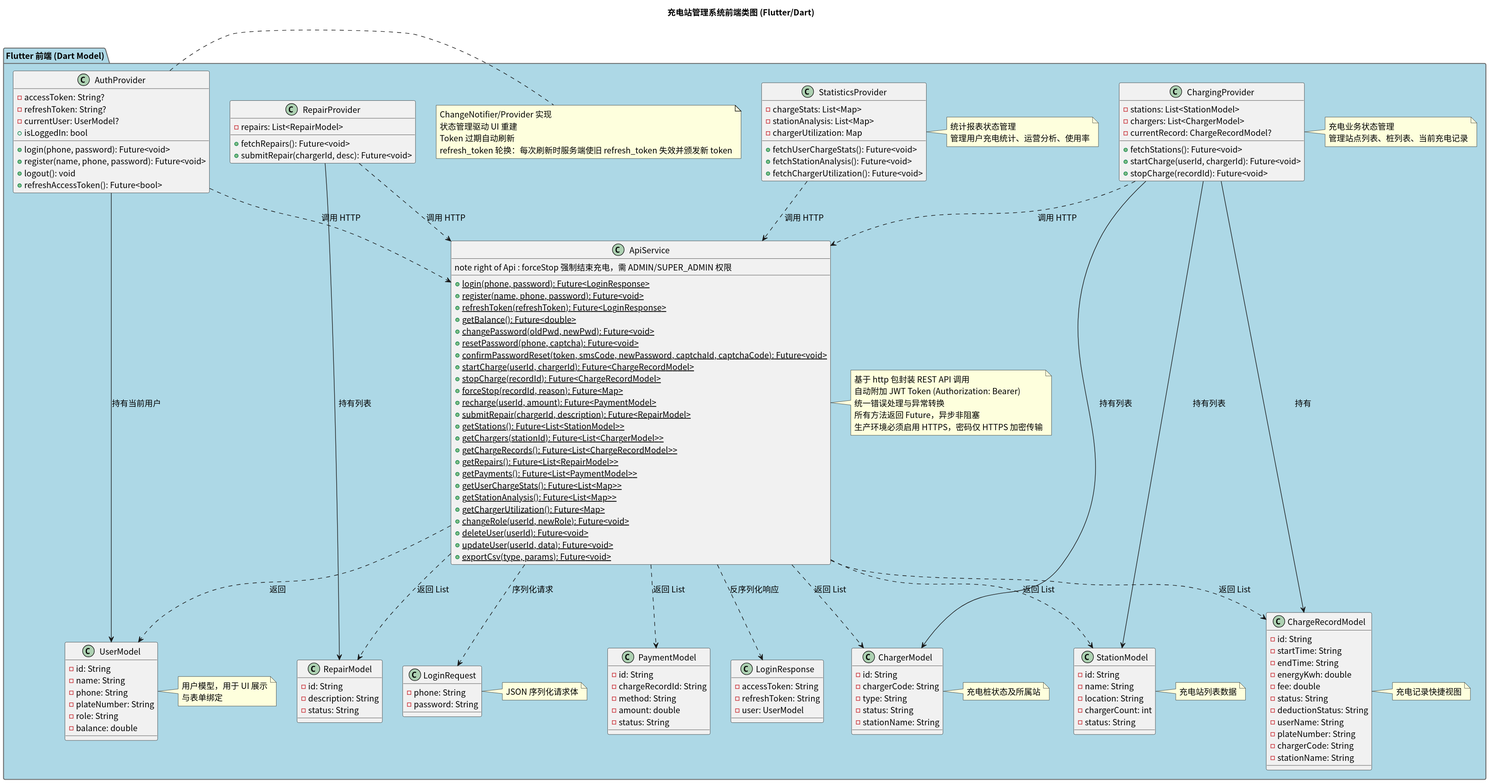
greenhandzdl/charging-station-doc keeps this PlantUML diagram as class/img/frontend_class_diagram.svg. Above is the earlier version. Its diagram source:
```plantuml
@startuml
skinparam defaultFontName "Noto Sans CJK SC"
skinparam defaultFontSize 14
title 充电站管理系统前端类图 (Flutter/Dart)
skinparam package {
  BackgroundColor #F0F0F0
  BorderColor #666666
}

package "Flutter 前端 (Dart Model)" as FE #ADD8E6 {

  class "UserModel" as FUser {
    - id: String
    - name: String
    - phone: String
    - plateNumber: String
    - role: String
    - balance: double
  }
  note right of FUser : 用户模型，用于 UI 展示\n与表单绑定

  class "StationModel" as FStation {
    - id: String
    - name: String
    - location: String
    - chargerCount: int
    - status: String
  }
  note right of FStation : 充电站列表数据

  class "ChargerModel" as FCharger {
    - id: String
    - chargerCode: String
    - type: String
    - status: String
    - stationName: String
  }
  note right of FCharger : 充电桩状态及所属站

  class "ChargeRecordModel" as FCRecord {
    - id: String
    - startTime: String
    - endTime: String
    - energyKwh: double
    - fee: double
    - status: String
    - deductionStatus: String
    - userName: String
    - plateNumber: String
    - chargerCode: String
    - stationName: String
  }
  note right of FCRecord : 充电记录快捷视图

  class "PaymentModel" as FPayment {
    - id: String
    - chargeRecordId: String
    - method: String
    - amount: double
    - status: String
  }

  class "RepairModel" as FRepair {
    - id: String
    - description: String
    - status: String
  }

  class "LoginRequest" as LoginReq {
    - phone: String
    - password: String
  }
  note right of LoginReq : JSON 序列化请求体

  class "LoginResponse" as LoginResp {
    - accessToken: String
    - refreshToken: String
    - user: UserModel
  }

  class "ApiService" as Api {
    + {static} login(phone, password): Future<LoginResponse>
    + {static} register(name, phone, password): Future<void>
    + {static} refreshToken(refreshToken): Future<LoginResponse>
    + {static} getBalance(): Future<double>
    + {static} changePassword(oldPwd, newPwd): Future<void>
    + {static} resetPassword(phone, captcha): Future<void>
    + {static} confirmPasswordReset(token, smsCode, newPassword, captchaId, captchaCode): Future<void>
    + {static} startCharge(userId, chargerId): Future<ChargeRecordModel>
    + {static} stopCharge(recordId): Future<ChargeRecordModel>
    + {static} forceStop(recordId, reason): Future<Map>
    note right of Api : forceStop 强制结束充电，需 ADMIN/SUPER_ADMIN 权限
    + {static} recharge(userId, amount): Future<PaymentModel>
    + {static} submitRepair(chargerId, description): Future<RepairModel>
    + {static} getStations(): Future<List<StationModel>>
    + {static} getChargers(stationId): Future<List<ChargerModel>>
    + {static} getChargeRecords(): Future<List<ChargeRecordModel>>
    + {static} getRepairs(): Future<List<RepairModel>>
    + {static} getPayments(): Future<List<PaymentModel>>
    + {static} getUserChargeStats(): Future<List<Map>>
    + {static} getStationAnalysis(): Future<List<Map>>
    + {static} getChargerUtilization(): Future<Map>
    + {static} changeRole(userId, newRole): Future<void>
    + {static} deleteUser(userId): Future<void>
    + {static} updateUser(userId, data): Future<void>
    + {static} exportCsv(type, params): Future<void>
  }
  note right of Api : 基于 http 包封装 REST API 调用\n自动附加 JWT Token (Authorization: Bearer)\n统一错误处理与异常转换\n所有方法返回 Future，异步非阻塞\n生产环境必须启用 HTTPS，密码仅 HTTPS 加密传输

  class "AuthProvider" as Auth {
    - accessToken: String?
    - refreshToken: String?
    - currentUser: UserModel?
    + login(phone, password): Future<void>
    + register(name, phone, password): Future<void>
    + logout(): void
    + refreshAccessToken(): Future<bool>
    + isLoggedIn: bool
  }
  note right of Auth : ChangeNotifier/Provider 实现\n状态管理驱动 UI 重建\nToken 过期自动刷新\nrefresh_token 轮换：每次刷新时服务端使旧 refresh_token 失效并颁发新 token

  class "ChargingProvider" as CP {
    - stations: List<StationModel>
    - chargers: List<ChargerModel>
    - currentRecord: ChargeRecordModel?
    + fetchStations(): Future<void>
    + startCharge(userId, chargerId): Future<void>
    + stopCharge(recordId): Future<void>
  }
  note right of CP : 充电业务状态管理\n管理站点列表、桩列表、当前充电记录

  class "RepairProvider" as RP {
    - repairs: List<RepairModel>
    + fetchRepairs(): Future<void>
    + submitRepair(chargerId, desc): Future<void>
  }

  class "StatisticsProvider" as StatsP {
    - chargeStats: List<Map>
    - stationAnalysis: List<Map>
    - chargerUtilization: Map
    + fetchUserChargeStats(): Future<void>
    + fetchStationAnalysis(): Future<void>
    + fetchChargerUtilization(): Future<void>
  }
  note right of StatsP : 统计报表状态管理\n管理用户充电统计、运营分析、使用率
}

Api ..> LoginReq : 序列化请求
Api ..> LoginResp : 反序列化响应
Api ..> FStation : 返回 List
Api ..> FCharger : 返回 List
Api ..> FUser : 返回
Api ..> FCRecord : 返回 List
Api ..> FPayment : 返回 List
Api ..> FRepair : 返回 List

Auth --> FUser : 持有当前用户
Auth ..> Api : 调用 HTTP
CP ..> Api : 调用 HTTP
CP --> FStation : 持有列表
CP --> FCharger : 持有列表
CP --> FCRecord : 持有
RP ..> Api : 调用 HTTP
RP --> FRepair : 持有列表
StatsP ..> Api : 调用 HTTP
@enduml
```
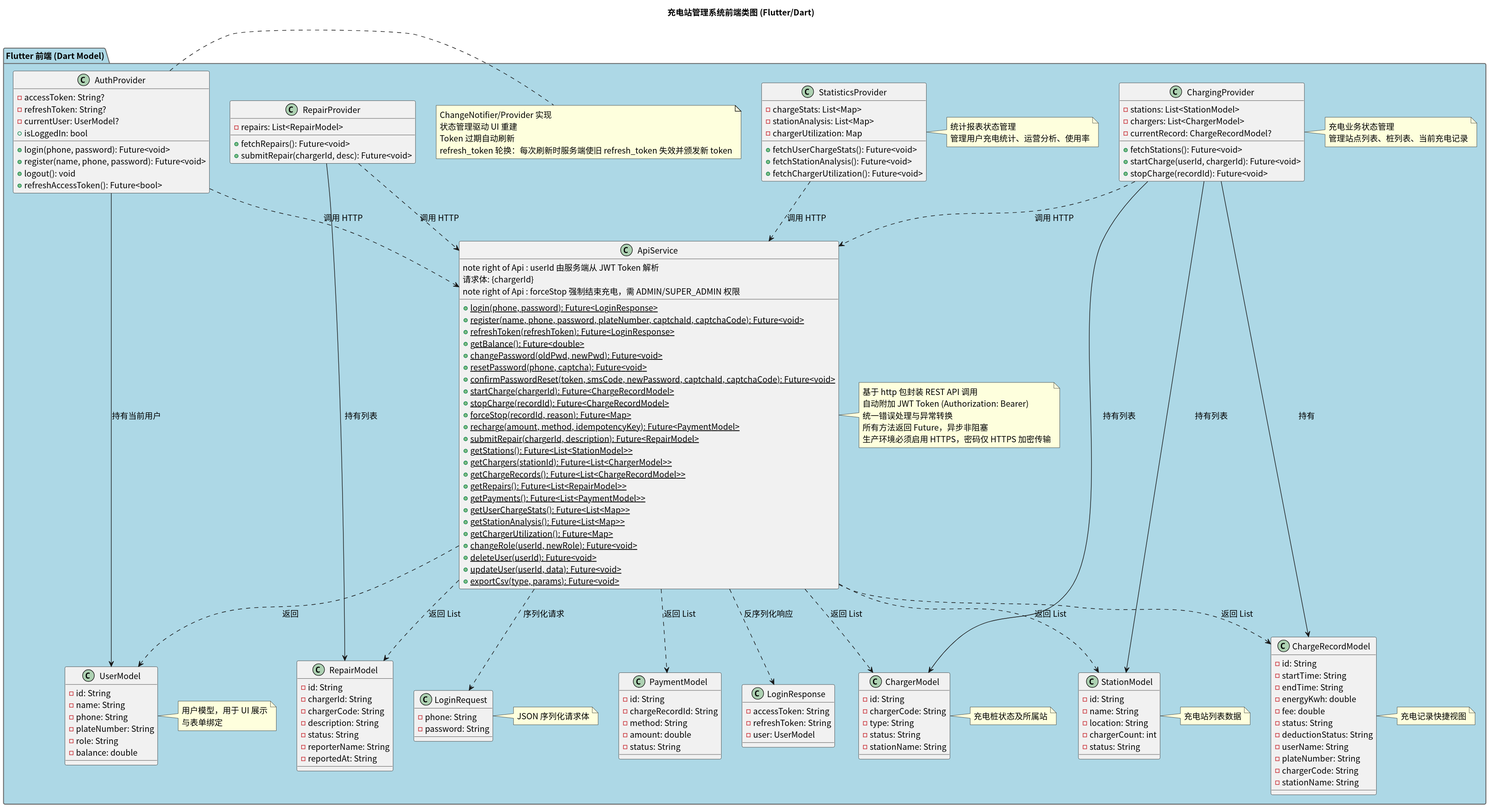
The same diagram one commit later.

What changed in the source:
```diff
@@ -62,8 +62,12 @@
 
   class "RepairModel" as FRepair {
     - id: String
+    - chargerId: String
+    - chargerCode: String
     - description: String
     - status: String
+    - reporterName: String
+    - reportedAt: String
   }
 
   class "LoginRequest" as LoginReq {
@@ -80,17 +84,18 @@
 
   class "ApiService" as Api {
     + {static} login(phone, password): Future<LoginResponse>
-    + {static} register(name, phone, password): Future<void>
+    + {static} register(name, phone, password, plateNumber, captchaId, captchaCode): Future<void>
     + {static} refreshToken(refreshToken): Future<LoginResponse>
     + {static} getBalance(): Future<double>
     + {static} changePassword(oldPwd, newPwd): Future<void>
     + {static} resetPassword(phone, captcha): Future<void>
     + {static} confirmPasswordReset(token, smsCode, newPassword, captchaId, captchaCode): Future<void>
-    + {static} startCharge(userId, chargerId): Future<ChargeRecordModel>
+    + {static} startCharge(chargerId): Future<ChargeRecordModel>
+    note right of Api : userId 由服务端从 JWT Token 解析\n请求体: {chargerId}
     + {static} stopCharge(recordId): Future<ChargeRecordModel>
     + {static} forceStop(recordId, reason): Future<Map>
     note right of Api : forceStop 强制结束充电，需 ADMIN/SUPER_ADMIN 权限
-    + {static} recharge(userId, amount): Future<PaymentModel>
+    + {static} recharge(amount, method, idempotencyKey): Future<PaymentModel>
     + {static} submitRepair(chargerId, description): Future<RepairModel>
     + {static} getStations(): Future<List<StationModel>>
     + {static} getChargers(stationId): Future<List<ChargerModel>>
```
